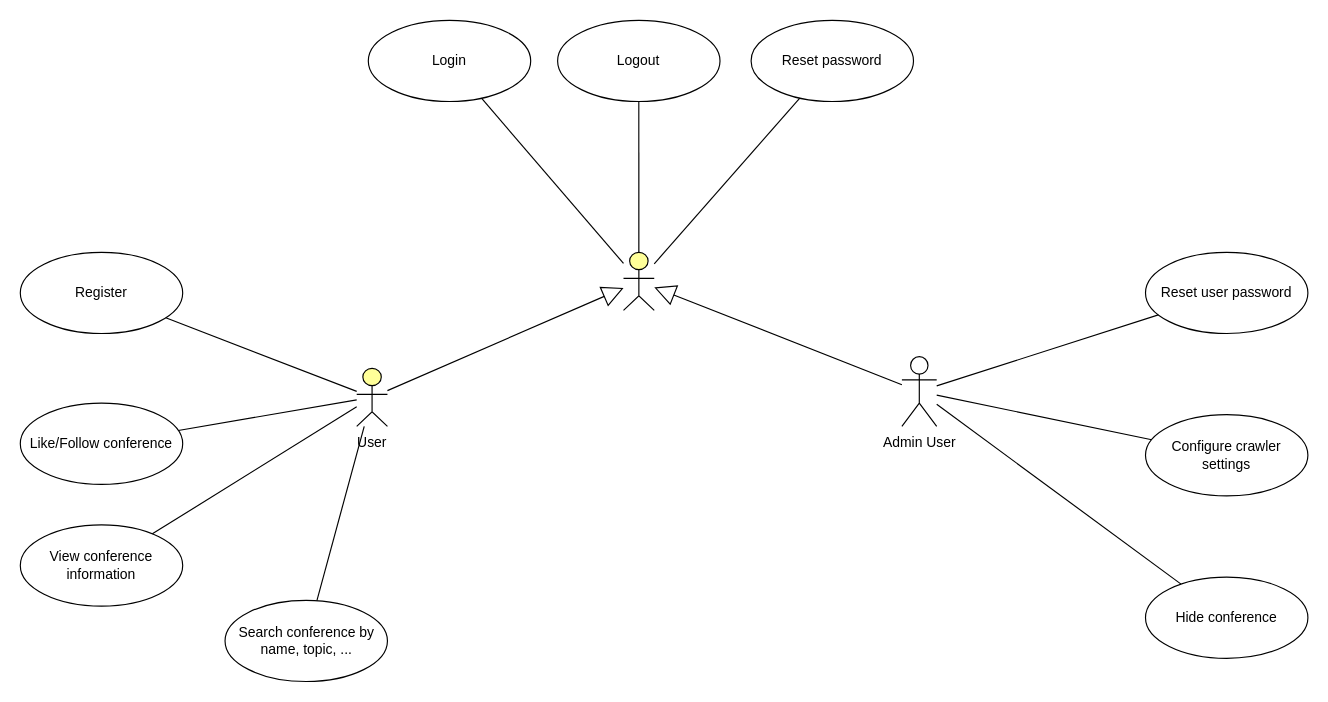
Earlier version of the draw.io diagram page "User use case" (1 of 2) of Diagram/Use Case.drawio (Technologie-Logicielle/spiderbot). Source tidied: cells renumbered, new cells numbered last; positions are measured from the earlier drawing's top-left corner, leaving out a move shared by most shapes. Both pictures are drawn from the tidied source at 116%, with x=0, y=0 at pixel (20, 20).
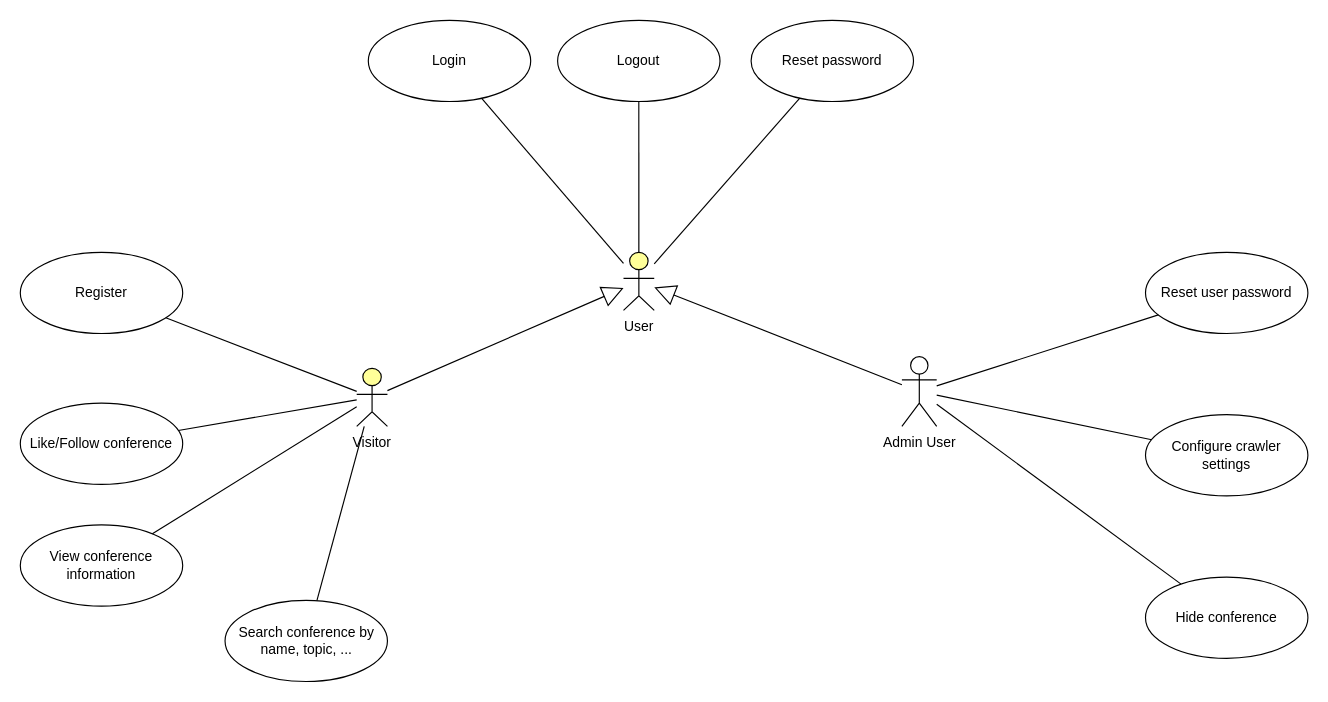
Above is the later version.

Change to the diagram source:
```diff
@@
-    <mxCell id="2" value="User" style="html=1;outlineConnect=0;whiteSpace=wrap;fillColor=#ffff99;verticalLabelPosition=bottom;verticalAlign=top;align=center;shape=mxgraph.archimate3.actor;" parent="1" vertex="1">
+    <mxCell id="2" value="Visitor" style="html=1;outlineConnect=0;whiteSpace=wrap;fillColor=#ffff99;verticalLabelPosition=bottom;verticalAlign=top;align=center;shape=mxgraph.archimate3.actor;" parent="1" vertex="1">
       <mxGeometry x="290" y="300" width="26.5" height="50" as="geometry" />
     </mxCell>
@@
-    <mxCell id="17" style="html=1;outlineConnect=0;whiteSpace=wrap;fillColor=#ffff99;verticalLabelPosition=bottom;verticalAlign=top;align=center;shape=mxgraph.archimate3.actor;" parent="1" vertex="1">
+    <mxCell id="17" value="User" style="html=1;outlineConnect=0;whiteSpace=wrap;fillColor=#ffff99;verticalLabelPosition=bottom;verticalAlign=top;align=center;shape=mxgraph.archimate3.actor;" parent="1" vertex="1">
       <mxGeometry x="520" y="200" width="26.5" height="50" as="geometry" />
     </mxCell>
```
